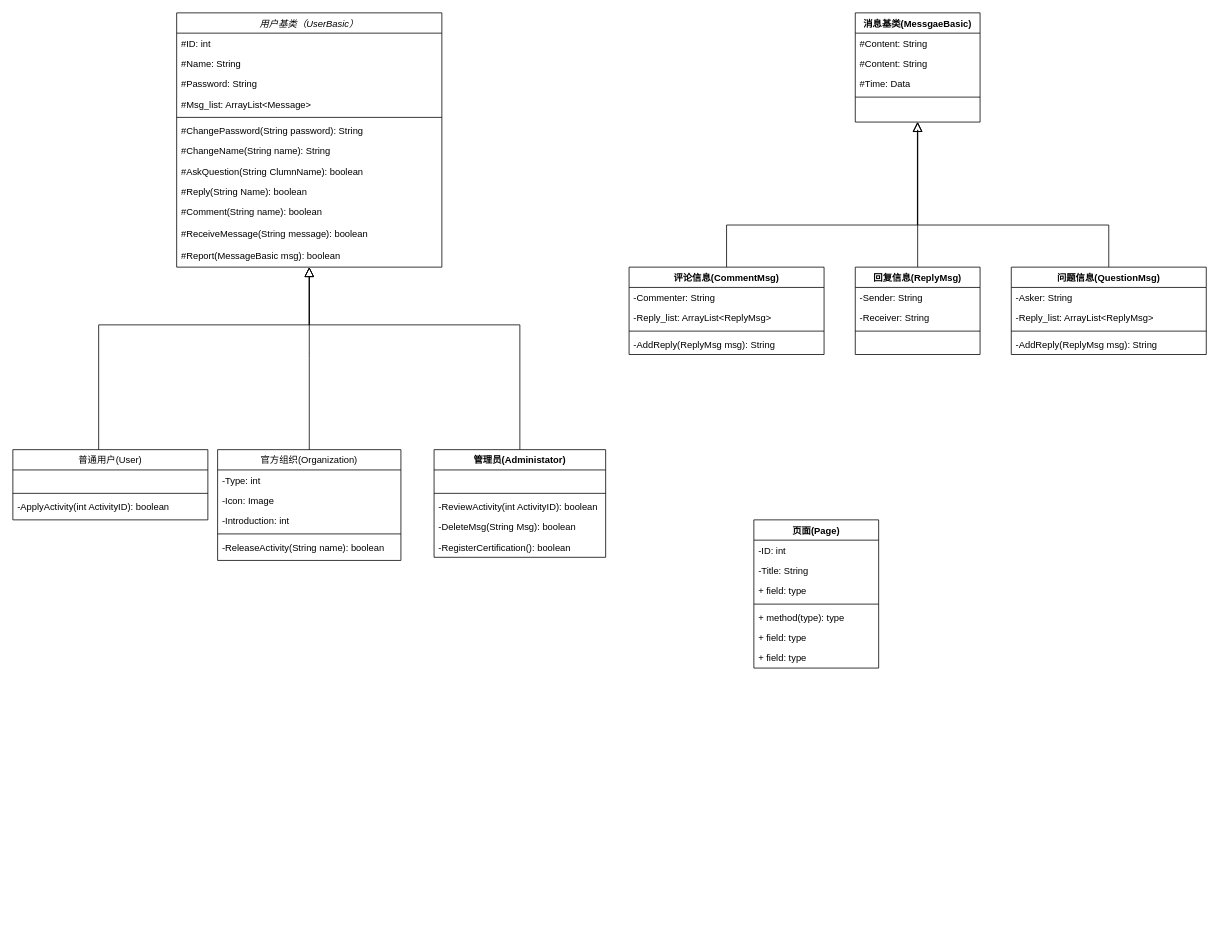
Above: gradle/Untitled Diagram.drawio in Lap2018/UIWidgetTest (draw.io), before the change. Source tidied: cells renumbered, new cells numbered last; positions are measured from the earlier drawing's top-left corner, leaving out a move shared by most shapes. Both pictures are drawn from the tidied source at 78%, with x=0, y=0 at pixel (12, 12).
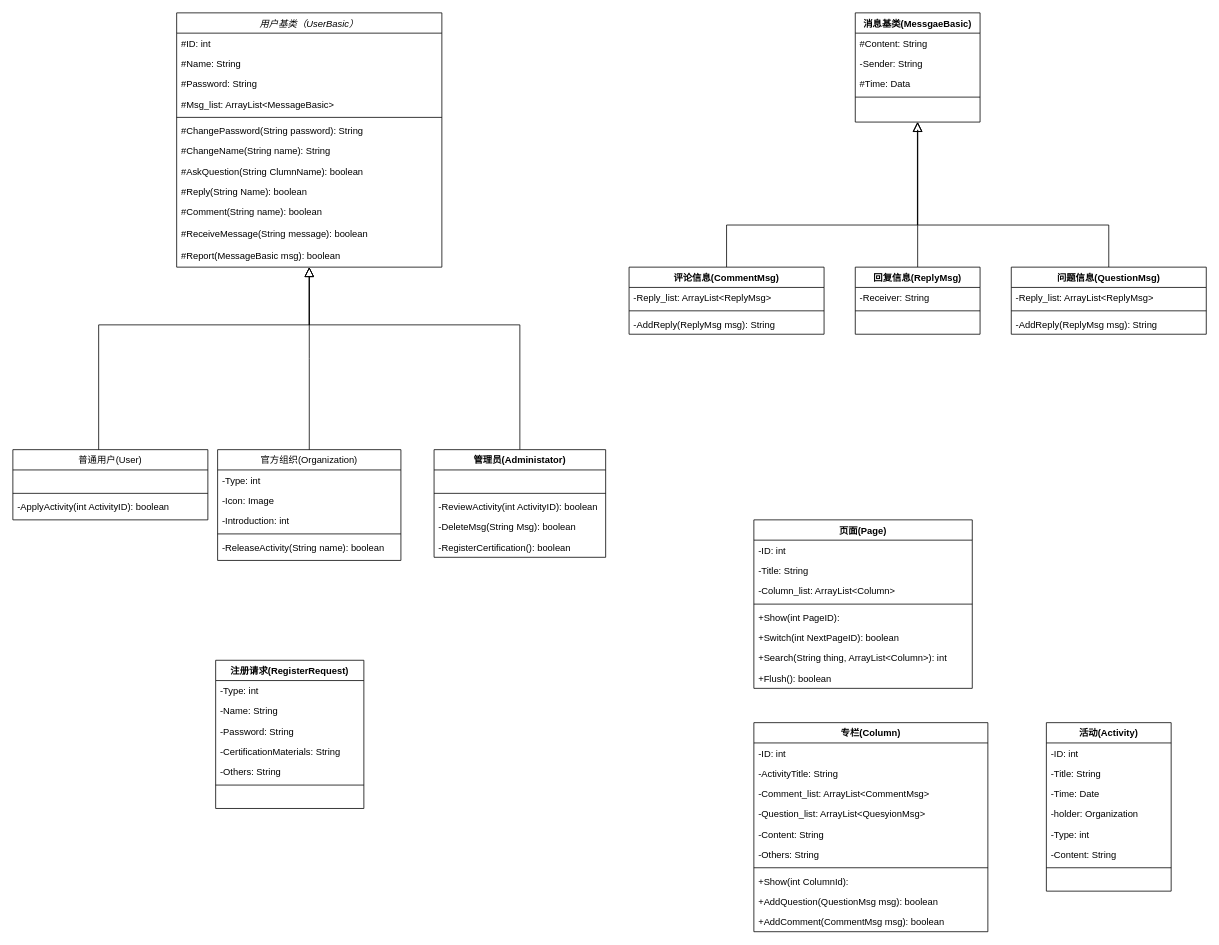
The same diagram, later.

Unchanged cells that the change refers to:
```xml
<mxCell id="2" value="用户基类（UserBasic）" style="swimlane;fontStyle=2;align=center;verticalAlign=top;horizontal=1;startSize=26;rounded=0;shadow=0;strokeWidth=1;" parent="1" vertex="1">
  <mxGeometry x="210" width="340" height="326" as="geometry" />
</mxCell>
<mxCell id="34" value="消息基类(MessgaeBasic)" style="swimlane;fontStyle=1;align=center;verticalAlign=top;horizontal=1;startSize=26;" parent="1" vertex="1">
  <mxGeometry x="1080" width="160" height="140" as="geometry" />
</mxCell>
```

The edit, as a diff of the source:
```diff
@@
-    <mxCell id="6" value="#Msg_list: ArrayList&lt;Message&gt;" style="text;strokeColor=none;fillColor=none;align=left;verticalAlign=top;spacingLeft=4;spacingRight=4;overflow=hidden;" parent="2" vertex="1">
+    <mxCell id="6" value="#Msg_list: ArrayList&lt;MessageBasic&gt;" style="text;strokeColor=none;fillColor=none;align=left;verticalAlign=top;spacingLeft=4;spacingRight=4;overflow=hidden;" parent="2" vertex="1">
       <mxGeometry y="104" width="340" height="26" as="geometry" />
     </mxCell>
@@
-    <mxCell id="36" value="#Content: String" style="text;strokeColor=none;fillColor=none;align=left;verticalAlign=top;spacingLeft=4;spacingRight=4;overflow=hidden;" parent="34" vertex="1">
-      <mxGeometry y="52" width="160" height="26" as="geometry" />
-    </mxCell>
+    <mxCell id="49" value="-Sender: String&#10;" style="text;strokeColor=none;fillColor=none;align=left;verticalAlign=top;spacingLeft=4;spacingRight=4;overflow=hidden;" parent="34" vertex="1">
+      <mxGeometry y="52" width="160" height="26" as="geometry" />
+    </mxCell>
@@
     <mxCell id="43" value="评论信息(CommentMsg)" style="swimlane;fontStyle=1;align=center;verticalAlign=top;horizontal=1;startSize=26;" parent="1" vertex="1">
-      <mxGeometry x="790" y="326" width="250" height="112" as="geometry" />
+      <mxGeometry x="790" y="326" width="250" height="86" as="geometry" />
     </mxCell>
-    <mxCell id="44" value="-Commenter: String" style="text;strokeColor=none;fillColor=none;align=left;verticalAlign=top;spacingLeft=4;spacingRight=4;overflow=hidden;" parent="43" vertex="1">
-      <mxGeometry y="26" width="250" height="26" as="geometry" />
-    </mxCell>
     <mxCell id="45" value="-Reply_list: ArrayList&lt;ReplyMsg&gt;" style="text;strokeColor=none;fillColor=none;align=left;verticalAlign=top;spacingLeft=4;spacingRight=4;overflow=hidden;" parent="43" vertex="1">
-      <mxGeometry y="52" width="250" height="26" as="geometry" />
+      <mxGeometry y="26" width="250" height="26" as="geometry" />
     </mxCell>
     <mxCell id="46" style="line;strokeWidth=1;fillColor=none;align=left;verticalAlign=middle;spacingTop=-1;spacingLeft=3;spacingRight=3;labelPosition=right;" parent="43" vertex="1">
-      <mxGeometry y="78" width="250" height="8" as="geometry" />
+      <mxGeometry y="52" width="250" height="8" as="geometry" />
     </mxCell>
     <mxCell id="47" value="-AddReply(ReplyMsg msg): String" style="text;strokeColor=none;fillColor=none;align=left;verticalAlign=top;spacingLeft=4;spacingRight=4;overflow=hidden;" parent="43" vertex="1">
-      <mxGeometry y="86" width="250" height="26" as="geometry" />
+      <mxGeometry y="60" width="250" height="26" as="geometry" />
     </mxCell>
     <mxCell id="48" value="回复信息(ReplyMsg)" style="swimlane;fontStyle=1;align=center;verticalAlign=top;horizontal=1;startSize=26;" parent="1" vertex="1">
-      <mxGeometry x="1080" y="326" width="160" height="112" as="geometry" />
+      <mxGeometry x="1080" y="326" width="160" height="86" as="geometry" />
     </mxCell>
-    <mxCell id="49" value="-Sender: String&#10;" style="text;strokeColor=none;fillColor=none;align=left;verticalAlign=top;spacingLeft=4;spacingRight=4;overflow=hidden;" parent="48" vertex="1">
-      <mxGeometry y="26" width="160" height="26" as="geometry" />
-    </mxCell>
     <mxCell id="50" value="-Receiver: String&#10;" style="text;strokeColor=none;fillColor=none;align=left;verticalAlign=top;spacingLeft=4;spacingRight=4;overflow=hidden;" parent="48" vertex="1">
-      <mxGeometry y="52" width="160" height="26" as="geometry" />
+      <mxGeometry y="26" width="160" height="26" as="geometry" />
     </mxCell>
     <mxCell id="51" style="line;strokeWidth=1;fillColor=none;align=left;verticalAlign=middle;spacingTop=-1;spacingLeft=3;spacingRight=3;labelPosition=right;" parent="48" vertex="1">
-      <mxGeometry y="78" width="160" height="8" as="geometry" />
+      <mxGeometry y="52" width="160" height="8" as="geometry" />
     </mxCell>
     <mxCell id="52" value=" " style="text;strokeColor=none;fillColor=none;align=left;verticalAlign=top;spacingLeft=4;spacingRight=4;overflow=hidden;" parent="48" vertex="1">
-      <mxGeometry y="86" width="160" height="26" as="geometry" />
+      <mxGeometry y="60" width="160" height="26" as="geometry" />
     </mxCell>
     <mxCell id="53" value="问题信息(QuestionMsg)" style="swimlane;fontStyle=1;align=center;verticalAlign=top;horizontal=1;startSize=26;" parent="1" vertex="1">
-      <mxGeometry x="1280" y="326" width="250" height="112" as="geometry" />
+      <mxGeometry x="1280" y="326" width="250" height="86" as="geometry" />
     </mxCell>
-    <mxCell id="54" value="-Asker: String" style="text;strokeColor=none;fillColor=none;align=left;verticalAlign=top;spacingLeft=4;spacingRight=4;overflow=hidden;" parent="53" vertex="1">
-      <mxGeometry y="26" width="250" height="26" as="geometry" />
-    </mxCell>
     <mxCell id="55" value="-Reply_list: ArrayList&lt;ReplyMsg&gt;" style="text;strokeColor=none;fillColor=none;align=left;verticalAlign=top;spacingLeft=4;spacingRight=4;overflow=hidden;" parent="53" vertex="1">
-      <mxGeometry y="52" width="250" height="26" as="geometry" />
+      <mxGeometry y="26" width="250" height="26" as="geometry" />
     </mxCell>
     <mxCell id="56" style="line;strokeWidth=1;fillColor=none;align=left;verticalAlign=middle;spacingTop=-1;spacingLeft=3;spacingRight=3;labelPosition=right;" parent="53" vertex="1">
-      <mxGeometry y="78" width="250" height="8" as="geometry" />
+      <mxGeometry y="52" width="250" height="8" as="geometry" />
     </mxCell>
     <mxCell id="57" value="-AddReply(ReplyMsg msg): String" style="text;strokeColor=none;fillColor=none;align=left;verticalAlign=top;spacingLeft=4;spacingRight=4;overflow=hidden;" parent="53" vertex="1">
-      <mxGeometry y="86" width="250" height="26" as="geometry" />
+      <mxGeometry y="60" width="250" height="26" as="geometry" />
     </mxCell>
     <mxCell id="58" value="页面(Page)" style="swimlane;fontStyle=1;align=center;verticalAlign=top;horizontal=1;startSize=26;" parent="1" vertex="1">
-      <mxGeometry x="950" y="650" width="160" height="190" as="geometry" />
+      <mxGeometry x="950" y="650" width="280" height="216" as="geometry" />
     </mxCell>
     <mxCell id="59" value="-ID: int" style="text;strokeColor=none;fillColor=none;align=left;verticalAlign=top;spacingLeft=4;spacingRight=4;overflow=hidden;" parent="58" vertex="1">
-      <mxGeometry y="26" width="160" height="26" as="geometry" />
+      <mxGeometry y="26" width="280" height="26" as="geometry" />
     </mxCell>
     <mxCell id="60" value="-Title: String" style="text;strokeColor=none;fillColor=none;align=left;verticalAlign=top;spacingLeft=4;spacingRight=4;overflow=hidden;" parent="58" vertex="1">
-      <mxGeometry y="52" width="160" height="26" as="geometry" />
+      <mxGeometry y="52" width="280" height="26" as="geometry" />
     </mxCell>
-    <mxCell id="61" value="+ field: type" style="text;strokeColor=none;fillColor=none;align=left;verticalAlign=top;spacingLeft=4;spacingRight=4;overflow=hidden;" parent="58" vertex="1">
-      <mxGeometry y="78" width="160" height="26" as="geometry" />
+    <mxCell id="61" value="-Column_list: ArrayList&lt;Column&gt;" style="text;strokeColor=none;fillColor=none;align=left;verticalAlign=top;spacingLeft=4;spacingRight=4;overflow=hidden;" parent="58" vertex="1">
+      <mxGeometry y="78" width="280" height="26" as="geometry" />
     </mxCell>
     <mxCell id="62" style="line;strokeWidth=1;fillColor=none;align=left;verticalAlign=middle;spacingTop=-1;spacingLeft=3;spacingRight=3;labelPosition=right;" parent="58" vertex="1">
-      <mxGeometry y="104" width="160" height="8" as="geometry" />
+      <mxGeometry y="104" width="280" height="8" as="geometry" />
     </mxCell>
-    <mxCell id="63" value="+ method(type): type" style="text;strokeColor=none;fillColor=none;align=left;verticalAlign=top;spacingLeft=4;spacingRight=4;overflow=hidden;" parent="58" vertex="1">
-      <mxGeometry y="112" width="160" height="26" as="geometry" />
+    <mxCell id="63" value="+Show(int PageID): " style="text;strokeColor=none;fillColor=none;align=left;verticalAlign=top;spacingLeft=4;spacingRight=4;overflow=hidden;" parent="58" vertex="1">
+      <mxGeometry y="112" width="280" height="26" as="geometry" />
     </mxCell>
-    <mxCell id="64" value="+ field: type" style="text;strokeColor=none;fillColor=none;align=left;verticalAlign=top;spacingLeft=4;spacingRight=4;overflow=hidden;" parent="58" vertex="1">
-      <mxGeometry y="138" width="160" height="26" as="geometry" />
+    <mxCell id="64" value="+Switch(int NextPageID): boolean" style="text;strokeColor=none;fillColor=none;align=left;verticalAlign=top;spacingLeft=4;spacingRight=4;overflow=hidden;" parent="58" vertex="1">
+      <mxGeometry y="138" width="280" height="26" as="geometry" />
     </mxCell>
-    <mxCell id="65" value="+ field: type" style="text;strokeColor=none;fillColor=none;align=left;verticalAlign=top;spacingLeft=4;spacingRight=4;overflow=hidden;" parent="58" vertex="1">
-      <mxGeometry y="164" width="160" height="26" as="geometry" />
+    <mxCell id="65" value="+Search(String thing, ArrayList&lt;Column&gt;): int" style="text;strokeColor=none;fillColor=none;align=left;verticalAlign=top;spacingLeft=4;spacingRight=4;overflow=hidden;" parent="58" vertex="1">
+      <mxGeometry y="164" width="280" height="26" as="geometry" />
     </mxCell>
+    <mxCell id="66" value="+Flush(): boolean" style="text;strokeColor=none;fillColor=none;align=left;verticalAlign=top;spacingLeft=4;spacingRight=4;overflow=hidden;" parent="58" vertex="1">
+      <mxGeometry y="190" width="280" height="26" as="geometry" />
+    </mxCell>
+    <mxCell id="67" value="专栏(Column)" style="swimlane;fontStyle=1;align=center;verticalAlign=top;horizontal=1;startSize=26;" parent="1" vertex="1">
+      <mxGeometry x="950" y="910" width="300" height="268" as="geometry" />
+    </mxCell>
+    <mxCell id="68" value="-ID: int" style="text;strokeColor=none;fillColor=none;align=left;verticalAlign=top;spacingLeft=4;spacingRight=4;overflow=hidden;" parent="67" vertex="1">
+      <mxGeometry y="26" width="300" height="26" as="geometry" />
+    </mxCell>
+    <mxCell id="69" value="-ActivityTitle: String" style="text;strokeColor=none;fillColor=none;align=left;verticalAlign=top;spacingLeft=4;spacingRight=4;overflow=hidden;" parent="67" vertex="1">
+      <mxGeometry y="52" width="300" height="26" as="geometry" />
+    </mxCell>
+    <mxCell id="70" value="-Comment_list: ArrayList&lt;CommentMsg&gt;" style="text;strokeColor=none;fillColor=none;align=left;verticalAlign=top;spacingLeft=4;spacingRight=4;overflow=hidden;" parent="67" vertex="1">
+      <mxGeometry y="78" width="300" height="26" as="geometry" />
+    </mxCell>
+    <mxCell id="71" value="-Question_list: ArrayList&lt;QuesyionMsg&gt;" style="text;strokeColor=none;fillColor=none;align=left;verticalAlign=top;spacingLeft=4;spacingRight=4;overflow=hidden;" parent="67" vertex="1">
+      <mxGeometry y="104" width="300" height="26" as="geometry" />
+    </mxCell>
+    <mxCell id="72" value="-Content: String" style="text;strokeColor=none;fillColor=none;align=left;verticalAlign=top;spacingLeft=4;spacingRight=4;overflow=hidden;" parent="67" vertex="1">
+      <mxGeometry y="130" width="300" height="26" as="geometry" />
+    </mxCell>
+    <mxCell id="73" value="-Others: String" style="text;strokeColor=none;fillColor=none;align=left;verticalAlign=top;spacingLeft=4;spacingRight=4;overflow=hidden;" parent="67" vertex="1">
+      <mxGeometry y="156" width="300" height="26" as="geometry" />
+    </mxCell>
+    <mxCell id="74" style="line;strokeWidth=1;fillColor=none;align=left;verticalAlign=middle;spacingTop=-1;spacingLeft=3;spacingRight=3;labelPosition=right;" parent="67" vertex="1">
+      <mxGeometry y="182" width="300" height="8" as="geometry" />
+    </mxCell>
+    <mxCell id="75" value="+Show(int ColumnId): " style="text;strokeColor=none;fillColor=none;align=left;verticalAlign=top;spacingLeft=4;spacingRight=4;overflow=hidden;" parent="67" vertex="1">
+      <mxGeometry y="190" width="300" height="26" as="geometry" />
+    </mxCell>
+    <mxCell id="76" value="+AddQuestion(QuestionMsg msg): boolean" style="text;strokeColor=none;fillColor=none;align=left;verticalAlign=top;spacingLeft=4;spacingRight=4;overflow=hidden;" parent="67" vertex="1">
+      <mxGeometry y="216" width="300" height="26" as="geometry" />
+    </mxCell>
+    <mxCell id="77" value="+AddComment(CommentMsg msg): boolean" style="text;strokeColor=none;fillColor=none;align=left;verticalAlign=top;spacingLeft=4;spacingRight=4;overflow=hidden;" parent="67" vertex="1">
+      <mxGeometry y="242" width="300" height="26" as="geometry" />
+    </mxCell>
+    <mxCell id="78" value="活动(Activity)" style="swimlane;fontStyle=1;align=center;verticalAlign=top;horizontal=1;startSize=26;" parent="1" vertex="1">
+      <mxGeometry x="1325" y="910" width="160" height="216" as="geometry" />
+    </mxCell>
+    <mxCell id="79" value="-ID: int" style="text;strokeColor=none;fillColor=none;align=left;verticalAlign=top;spacingLeft=4;spacingRight=4;overflow=hidden;" parent="78" vertex="1">
+      <mxGeometry y="26" width="160" height="26" as="geometry" />
+    </mxCell>
+    <mxCell id="80" value="-Title: String" style="text;strokeColor=none;fillColor=none;align=left;verticalAlign=top;spacingLeft=4;spacingRight=4;overflow=hidden;" parent="78" vertex="1">
+      <mxGeometry y="52" width="160" height="26" as="geometry" />
+    </mxCell>
+    <mxCell id="81" value="-Time: Date" style="text;strokeColor=none;fillColor=none;align=left;verticalAlign=top;spacingLeft=4;spacingRight=4;overflow=hidden;" parent="78" vertex="1">
+      <mxGeometry y="78" width="160" height="26" as="geometry" />
+    </mxCell>
+    <mxCell id="82" value="-holder: Organization" style="text;strokeColor=none;fillColor=none;align=left;verticalAlign=top;spacingLeft=4;spacingRight=4;overflow=hidden;" parent="78" vertex="1">
+      <mxGeometry y="104" width="160" height="26" as="geometry" />
+    </mxCell>
+    <mxCell id="83" value="-Type: int" style="text;strokeColor=none;fillColor=none;align=left;verticalAlign=top;spacingLeft=4;spacingRight=4;overflow=hidden;" parent="78" vertex="1">
+      <mxGeometry y="130" width="160" height="26" as="geometry" />
+    </mxCell>
+    <mxCell id="84" value="-Content: String" style="text;strokeColor=none;fillColor=none;align=left;verticalAlign=top;spacingLeft=4;spacingRight=4;overflow=hidden;" parent="78" vertex="1">
+      <mxGeometry y="156" width="160" height="26" as="geometry" />
+    </mxCell>
+    <mxCell id="85" style="line;strokeWidth=1;fillColor=none;align=left;verticalAlign=middle;spacingTop=-1;spacingLeft=3;spacingRight=3;labelPosition=right;" parent="78" vertex="1">
+      <mxGeometry y="182" width="160" height="8" as="geometry" />
+    </mxCell>
+    <mxCell id="86" value=" " style="text;strokeColor=none;fillColor=none;align=left;verticalAlign=top;spacingLeft=4;spacingRight=4;overflow=hidden;" parent="78" vertex="1">
+      <mxGeometry y="190" width="160" height="26" as="geometry" />
+    </mxCell>
+    <mxCell id="87" value="注册请求(RegisterRequest)" style="swimlane;fontStyle=1;align=center;verticalAlign=top;horizontal=1;startSize=26;" parent="1" vertex="1">
+      <mxGeometry x="260" y="830" width="190" height="190" as="geometry" />
+    </mxCell>
+    <mxCell id="88" value="-Type: int" style="text;strokeColor=none;fillColor=none;align=left;verticalAlign=top;spacingLeft=4;spacingRight=4;overflow=hidden;" parent="87" vertex="1">
+      <mxGeometry y="26" width="190" height="26" as="geometry" />
+    </mxCell>
+    <mxCell id="89" value="-Name: String" style="text;strokeColor=none;fillColor=none;align=left;verticalAlign=top;spacingLeft=4;spacingRight=4;overflow=hidden;" parent="87" vertex="1">
+      <mxGeometry y="52" width="190" height="26" as="geometry" />
+    </mxCell>
+    <mxCell id="90" value="-Password: String" style="text;strokeColor=none;fillColor=none;align=left;verticalAlign=top;spacingLeft=4;spacingRight=4;overflow=hidden;" parent="87" vertex="1">
+      <mxGeometry y="78" width="190" height="26" as="geometry" />
+    </mxCell>
+    <mxCell id="91" value="-CertificationMaterials: String" style="text;strokeColor=none;fillColor=none;align=left;verticalAlign=top;spacingLeft=4;spacingRight=4;overflow=hidden;" parent="87" vertex="1">
+      <mxGeometry y="104" width="190" height="26" as="geometry" />
+    </mxCell>
+    <mxCell id="92" value="-Others: String" style="text;strokeColor=none;fillColor=none;align=left;verticalAlign=top;spacingLeft=4;spacingRight=4;overflow=hidden;" parent="87" vertex="1">
+      <mxGeometry y="130" width="190" height="26" as="geometry" />
+    </mxCell>
+    <mxCell id="93" style="line;strokeWidth=1;fillColor=none;align=left;verticalAlign=middle;spacingTop=-1;spacingLeft=3;spacingRight=3;labelPosition=right;" parent="87" vertex="1">
+      <mxGeometry y="156" width="190" height="8" as="geometry" />
+    </mxCell>
+    <mxCell id="94" value=" " style="text;strokeColor=none;fillColor=none;align=left;verticalAlign=top;spacingLeft=4;spacingRight=4;overflow=hidden;" parent="87" vertex="1">
+      <mxGeometry y="164" width="190" height="26" as="geometry" />
+    </mxCell>
```
